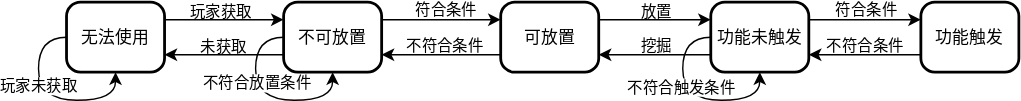
Above: docs/开发资料/attachments/状态转换图-方块.svg in AK47are/minecraft-end-mod (draw.io), before the change. Source tidied: cells renumbered, new cells last; positions are measured from the earlier drawing's top-left corner, leaving out a move shared by most shapes.
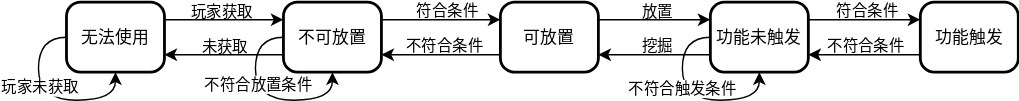
Later version of the same file.

Commit message:
完善状态转换图，更新杂谈文档。 状态转换图移动到面向对象需求分析位置。

Change to the diagram source:
```diff
@@ -2,7 +2,10 @@
   <root>
     <mxCell id="0" />
     <mxCell id="1" parent="0" />
+    <mxCell id="29" style="group;" parent="1" vertex="1">
+      <mxGeometry x="10" y="-80" width="680" height="50" as="geometry" />
+    </mxCell>
-    <mxCell id="2" style="edgeStyle=orthogonalEdgeStyle;rounded=0;jettySize=auto;html=1;exitX=1;exitY=0.25;exitDx=0;exitDy=0;entryX=0;entryY=0.25;entryDx=0;entryDy=0;" parent="1" edge="1" source="4" target="7">
+    <mxCell id="2" style="edgeStyle=orthogonalEdgeStyle;rounded=0;jettySize=auto;html=1;exitX=1;exitY=0.25;exitDx=0;exitDy=0;entryX=0;entryY=0.25;entryDx=0;entryDy=0;" parent="29" edge="1" source="4" target="7">
       <mxGeometry relative="1" as="geometry" />
     </mxCell>
     <mxCell id="3" value="玩家获取" style="edgeLabel;html=1;align=center;verticalAlign=middle;labelBackgroundColor=none;" parent="2" vertex="1">
@@ -10,10 +13,10 @@
         <mxPoint x="5" y="-7" as="offset" />
       </mxGeometry>
     </mxCell>
-    <mxCell id="4" value="无法使用" style="rounded=1;arcSize=20;strokeWidth=2;strokeColor=default;align=center;verticalAlign=middle;fontFamily=Helvetica;fontSize=12;fontColor=default;fillColor=default;" parent="1" vertex="1">
+    <mxCell id="4" value="无法使用" style="rounded=1;arcSize=20;strokeWidth=2;strokeColor=default;align=center;verticalAlign=middle;fontFamily=Helvetica;fontSize=12;fontColor=default;fillColor=default;" parent="29" vertex="1">
       <mxGeometry width="70" height="50" as="geometry" />
     </mxCell>
-    <mxCell id="5" style="edgeStyle=orthogonalEdgeStyle;rounded=0;jettySize=auto;html=1;exitX=1;exitY=0.25;exitDx=0;exitDy=0;entryX=0;entryY=0.25;entryDx=0;entryDy=0;" parent="1" edge="1" source="7" target="16">
+    <mxCell id="5" style="edgeStyle=orthogonalEdgeStyle;rounded=0;jettySize=auto;html=1;exitX=1;exitY=0.25;exitDx=0;exitDy=0;entryX=0;entryY=0.25;entryDx=0;entryDy=0;" parent="29" edge="1" source="7" target="16">
       <mxGeometry relative="1" as="geometry" />
     </mxCell>
     <mxCell id="6" value="符合条件" style="edgeLabel;html=1;align=center;verticalAlign=middle;labelBackgroundColor=none;" parent="5" vertex="1">
@@ -21,10 +24,10 @@
         <mxPoint x="6" y="-7" as="offset" />
       </mxGeometry>
     </mxCell>
-    <mxCell id="7" value="不可放置" style="rounded=1;arcSize=20;strokeWidth=2;strokeColor=default;align=center;verticalAlign=middle;fontFamily=Helvetica;fontSize=12;fontColor=default;fillColor=default;" parent="1" vertex="1">
+    <mxCell id="7" value="不可放置" style="rounded=1;arcSize=20;strokeWidth=2;strokeColor=default;align=center;verticalAlign=middle;fontFamily=Helvetica;fontSize=12;fontColor=default;fillColor=default;" parent="29" vertex="1">
       <mxGeometry x="155" width="70" height="50" as="geometry" />
     </mxCell>
-    <mxCell id="8" style="edgeStyle=orthogonalEdgeStyle;rounded=0;orthogonalLoop=1;jettySize=auto;html=1;exitX=0;exitY=0.5;exitDx=0;exitDy=0;entryX=0.5;entryY=1;entryDx=0;entryDy=0;curved=1;" parent="1" edge="1" source="4" target="4">
+    <mxCell id="8" style="edgeStyle=orthogonalEdgeStyle;rounded=0;orthogonalLoop=1;jettySize=auto;html=1;exitX=0;exitY=0.5;exitDx=0;exitDy=0;entryX=0.5;entryY=1;entryDx=0;entryDy=0;curved=1;" parent="29" edge="1" source="4" target="4">
       <mxGeometry relative="1" as="geometry" />
     </mxCell>
     <mxCell id="9" value="玩家未获取" style="edgeLabel;html=1;align=center;verticalAlign=middle;" parent="8" vertex="1">
@@ -32,13 +35,13 @@
         <mxPoint x="-7" y="-4" as="offset" />
       </mxGeometry>
     </mxCell>
-    <mxCell id="10" style="edgeStyle=orthogonalEdgeStyle;rounded=0;orthogonalLoop=1;jettySize=auto;html=1;exitX=0;exitY=0.5;exitDx=0;exitDy=0;entryX=0.5;entryY=1;entryDx=0;entryDy=0;curved=1;" parent="1" edge="1" source="7" target="7">
+    <mxCell id="10" style="edgeStyle=orthogonalEdgeStyle;rounded=0;orthogonalLoop=1;jettySize=auto;html=1;exitX=0;exitY=0.5;exitDx=0;exitDy=0;entryX=0.5;entryY=1;entryDx=0;entryDy=0;curved=1;" parent="29" edge="1" source="7" target="7">
       <mxGeometry relative="1" as="geometry" />
     </mxCell>
     <mxCell id="11" value="不符合放置条件" style="edgeLabel;html=1;align=center;verticalAlign=middle;" parent="10" vertex="1">
       <mxGeometry x="-0.24" y="1" relative="1" as="geometry" />
     </mxCell>
-    <mxCell id="12" style="edgeStyle=orthogonalEdgeStyle;rounded=0;jettySize=auto;html=1;exitX=1;exitY=0.25;exitDx=0;exitDy=0;entryX=0;entryY=0.25;entryDx=0;entryDy=0;" parent="1" edge="1" source="16" target="21">
+    <mxCell id="12" style="edgeStyle=orthogonalEdgeStyle;rounded=0;jettySize=auto;html=1;exitX=1;exitY=0.25;exitDx=0;exitDy=0;entryX=0;entryY=0.25;entryDx=0;entryDy=0;" parent="29" edge="1" source="16" target="21">
       <mxGeometry relative="1" as="geometry" />
     </mxCell>
     <mxCell id="13" value="放置" style="edgeLabel;html=1;align=center;verticalAlign=middle;labelBackgroundColor=none;" parent="12" vertex="1">
@@ -46,7 +49,7 @@
         <mxPoint x="6" y="-8" as="offset" />
       </mxGeometry>
     </mxCell>
-    <mxCell id="14" style="edgeStyle=orthogonalEdgeStyle;rounded=0;jettySize=auto;html=1;exitX=0;exitY=0.75;exitDx=0;exitDy=0;entryX=1;entryY=0.75;entryDx=0;entryDy=0;" parent="1" edge="1" source="16" target="7">
+    <mxCell id="14" style="edgeStyle=orthogonalEdgeStyle;rounded=0;jettySize=auto;html=1;exitX=0;exitY=0.75;exitDx=0;exitDy=0;entryX=1;entryY=0.75;entryDx=0;entryDy=0;" parent="29" edge="1" source="16" target="7">
       <mxGeometry relative="1" as="geometry" />
     </mxCell>
     <mxCell id="15" value="不符合条件" style="edgeLabel;html=1;align=center;verticalAlign=middle;labelBackgroundColor=none;" parent="14" vertex="1">
@@ -54,10 +57,10 @@
         <mxPoint x="1" y="-7" as="offset" />
       </mxGeometry>
     </mxCell>
-    <mxCell id="16" value="可放置" style="rounded=1;arcSize=20;strokeWidth=2;strokeColor=default;align=center;verticalAlign=middle;fontFamily=Helvetica;fontSize=12;fontColor=default;fillColor=default;" parent="1" vertex="1">
+    <mxCell id="16" value="可放置" style="rounded=1;arcSize=20;strokeWidth=2;strokeColor=default;align=center;verticalAlign=middle;fontFamily=Helvetica;fontSize=12;fontColor=default;fillColor=default;" parent="29" vertex="1">
       <mxGeometry x="310" width="70" height="50" as="geometry" />
     </mxCell>
-    <mxCell id="17" style="edgeStyle=orthogonalEdgeStyle;rounded=0;jettySize=auto;html=1;exitX=1;exitY=0.25;exitDx=0;exitDy=0;entryX=0;entryY=0.25;entryDx=0;entryDy=0;" parent="1" edge="1" source="21" target="26">
+    <mxCell id="17" style="edgeStyle=orthogonalEdgeStyle;rounded=0;jettySize=auto;html=1;exitX=1;exitY=0.25;exitDx=0;exitDy=0;entryX=0;entryY=0.25;entryDx=0;entryDy=0;" parent="29" edge="1" source="21" target="26">
       <mxGeometry relative="1" as="geometry" />
     </mxCell>
     <mxCell id="18" value="符合条件" style="edgeLabel;html=1;align=center;verticalAlign=middle;labelBackgroundColor=none;" parent="17" vertex="1">
@@ -65,7 +68,7 @@
         <mxPoint x="6" y="-5" as="offset" />
       </mxGeometry>
     </mxCell>
-    <mxCell id="19" style="edgeStyle=orthogonalEdgeStyle;rounded=0;jettySize=auto;html=1;exitX=0;exitY=0.75;exitDx=0;exitDy=0;entryX=1;entryY=0.75;entryDx=0;entryDy=0;" parent="1" edge="1" source="21" target="16">
+    <mxCell id="19" style="edgeStyle=orthogonalEdgeStyle;rounded=0;jettySize=auto;html=1;exitX=0;exitY=0.75;exitDx=0;exitDy=0;entryX=1;entryY=0.75;entryDx=0;entryDy=0;" parent="29" edge="1" source="21" target="16">
       <mxGeometry relative="1" as="geometry" />
     </mxCell>
     <mxCell id="20" value="挖掘" style="edgeLabel;html=1;align=center;verticalAlign=middle;labelBackgroundColor=none;" parent="19" vertex="1">
@@ -73,10 +76,10 @@
         <mxPoint x="2" y="-6" as="offset" />
       </mxGeometry>
     </mxCell>
-    <mxCell id="21" value="功能未触发" style="rounded=1;arcSize=20;strokeWidth=2;strokeColor=default;align=center;verticalAlign=middle;fontFamily=Helvetica;fontSize=12;fontColor=default;fillColor=default;" parent="1" vertex="1">
+    <mxCell id="21" value="功能未触发" style="rounded=1;arcSize=20;strokeWidth=2;strokeColor=default;align=center;verticalAlign=middle;fontFamily=Helvetica;fontSize=12;fontColor=default;fillColor=default;" parent="29" vertex="1">
       <mxGeometry x="460" width="70" height="50" as="geometry" />
     </mxCell>
-    <mxCell id="22" style="edgeStyle=orthogonalEdgeStyle;rounded=0;orthogonalLoop=1;jettySize=auto;html=1;exitX=0;exitY=0.5;exitDx=0;exitDy=0;entryX=0.5;entryY=1;entryDx=0;entryDy=0;curved=1;" parent="1" edge="1" source="21" target="21">
+    <mxCell id="22" style="edgeStyle=orthogonalEdgeStyle;rounded=0;orthogonalLoop=1;jettySize=auto;html=1;exitX=0;exitY=0.5;exitDx=0;exitDy=0;entryX=0.5;entryY=1;entryDx=0;entryDy=0;curved=1;" parent="29" edge="1" source="21" target="21">
       <mxGeometry relative="1" as="geometry" />
     </mxCell>
     <mxCell id="23" value="不符合触发条件" style="edgeLabel;html=1;align=center;verticalAlign=middle;" parent="22" vertex="1">
@@ -84,7 +87,7 @@
         <mxPoint y="7" as="offset" />
       </mxGeometry>
     </mxCell>
-    <mxCell id="24" style="edgeStyle=orthogonalEdgeStyle;rounded=0;jettySize=auto;html=1;exitX=0;exitY=0.75;exitDx=0;exitDy=0;entryX=1;entryY=0.75;entryDx=0;entryDy=0;" parent="1" edge="1" source="26" target="21">
+    <mxCell id="24" style="edgeStyle=orthogonalEdgeStyle;rounded=0;jettySize=auto;html=1;exitX=0;exitY=0.75;exitDx=0;exitDy=0;entryX=1;entryY=0.75;entryDx=0;entryDy=0;" parent="29" edge="1" source="26" target="21">
       <mxGeometry relative="1" as="geometry" />
     </mxCell>
     <mxCell id="25" value="不符合条件" style="edgeLabel;html=1;align=center;verticalAlign=middle;labelBackgroundColor=none;" parent="24" vertex="1">
@@ -92,10 +95,10 @@
         <mxPoint x="1" y="-9" as="offset" />
       </mxGeometry>
     </mxCell>
-    <mxCell id="26" value="功能触发" style="rounded=1;arcSize=20;strokeWidth=2;strokeColor=default;align=center;verticalAlign=middle;fontFamily=Helvetica;fontSize=12;fontColor=default;fillColor=default;" parent="1" vertex="1">
+    <mxCell id="26" value="功能触发" style="rounded=1;arcSize=20;strokeWidth=2;strokeColor=default;align=center;verticalAlign=middle;fontFamily=Helvetica;fontSize=12;fontColor=default;fillColor=default;" parent="29" vertex="1">
       <mxGeometry x="610" width="70" height="50" as="geometry" />
     </mxCell>
-    <mxCell id="27" style="edgeStyle=orthogonalEdgeStyle;rounded=0;jettySize=auto;html=1;exitX=0;exitY=0.75;exitDx=0;exitDy=0;entryX=1;entryY=0.75;entryDx=0;entryDy=0;" parent="1" edge="1" source="7" target="4">
+    <mxCell id="27" style="edgeStyle=orthogonalEdgeStyle;rounded=0;jettySize=auto;html=1;exitX=0;exitY=0.75;exitDx=0;exitDy=0;entryX=1;entryY=0.75;entryDx=0;entryDy=0;" parent="29" edge="1" source="7" target="4">
       <mxGeometry relative="1" as="geometry" />
     </mxCell>
     <mxCell id="28" value="未获取" style="edgeLabel;html=1;align=center;verticalAlign=middle;labelBackgroundColor=none;" parent="27" vertex="1">
```
